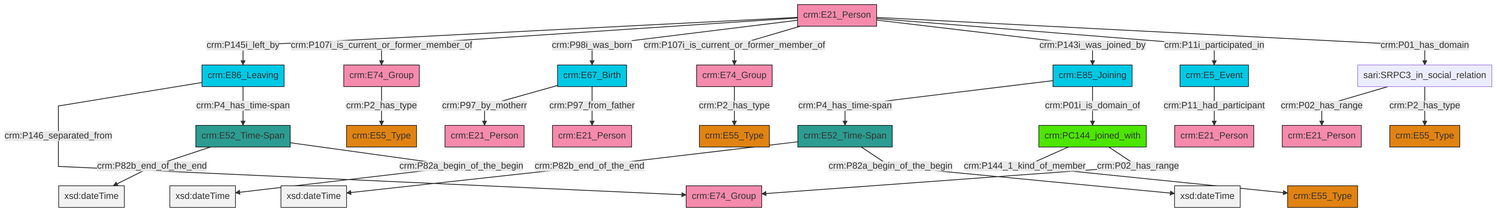
Earlier version of the Mermaid export et/personCSV/ttl/mmd/png/Person_Actor_Relations.png (swiss-art-research-net/docs.swissartresearch). Its source is kept beside it as et/personCSV/ttl/mmd/Person_Actor_Relations.ttl.mmd.
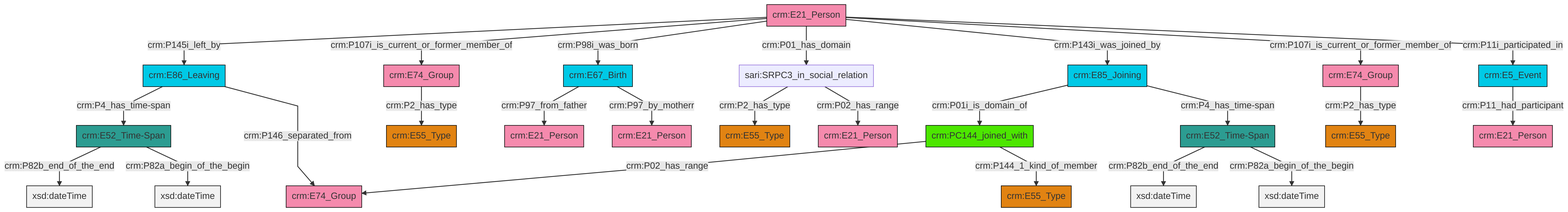
The same file after the commit.

Diff of the diagram source:
```diff
@@ -13,27 +13,27 @@
 classDef PC_Classes fill:#4ce600, stroke:#000000;
 classDef Multi fill:#cccccc,stroke:#000000;
 
-0["crm:E74_Group"]:::Actor -->|crm:P2_has_type| 1["crm:E55_Type"]:::Type
-2["sari:SRPC3_in_social_relation"]:::Default -->|crm:P02_has_range| 3["crm:E21_Person"]:::Actor
-8["crm:E67_Birth"]:::Temporal_Entity -->|crm:P97_by_motherr| 9["crm:E21_Person"]:::Actor
-10["crm:E52_Time-Span"]:::Time-Span -->|crm:P82b_end_of_the_end| 11[xsd:dateTime]:::Literal
-14["crm:E52_Time-Span"]:::Time-Span -->|crm:P82b_end_of_the_end| 16[xsd:dateTime]:::Literal
-17["crm:E85_Joining"]:::Temporal_Entity -->|crm:P4_has_time-span| 10["crm:E52_Time-Span"]:::Time-Span
-25["crm:E21_Person"]:::Actor -->|crm:P145i_left_by| 12["crm:E86_Leaving"]:::Temporal_Entity
-30["crm:E5_Event"]:::Temporal_Entity -->|crm:P11_had_participant| 20["crm:E21_Person"]:::Actor
-25["crm:E21_Person"]:::Actor -->|crm:P107i_is_current_or_former_member_of| 4["crm:E74_Group"]:::Actor
-26["crm:PC144_joined_with"]:::PC_Classes -->|crm:P144_1_kind_of_member| 22["crm:E55_Type"]:::Type
-25["crm:E21_Person"]:::Actor -->|crm:P98i_was_born| 8["crm:E67_Birth"]:::Temporal_Entity
-8["crm:E67_Birth"]:::Temporal_Entity -->|crm:P97_from_father| 28["crm:E21_Person"]:::Actor
-25["crm:E21_Person"]:::Actor -->|crm:P107i_is_current_or_former_member_of| 0["crm:E74_Group"]:::Actor
-25["crm:E21_Person"]:::Actor -->|crm:P143i_was_joined_by| 17["crm:E85_Joining"]:::Temporal_Entity
-25["crm:E21_Person"]:::Actor -->|crm:P11i_participated_in| 30["crm:E5_Event"]:::Temporal_Entity
-17["crm:E85_Joining"]:::Temporal_Entity -->|crm:P01i_is_domain_of| 26["crm:PC144_joined_with"]:::PC_Classes
-4["crm:E74_Group"]:::Actor -->|crm:P2_has_type| 37["crm:E55_Type"]:::Type
-10["crm:E52_Time-Span"]:::Time-Span -->|crm:P82a_begin_of_the_begin| 43[xsd:dateTime]:::Literal
-25["crm:E21_Person"]:::Actor -->|crm:P01_has_domain| 2["sari:SRPC3_in_social_relation"]:::Default
-14["crm:E52_Time-Span"]:::Time-Span -->|crm:P82a_begin_of_the_begin| 46[xsd:dateTime]:::Literal
-26["crm:PC144_joined_with"]:::PC_Classes -->|crm:P02_has_range| 32["crm:E74_Group"]:::Actor
-12["crm:E86_Leaving"]:::Temporal_Entity -->|crm:P146_separated_from| 32["crm:E74_Group"]:::Actor
-12["crm:E86_Leaving"]:::Temporal_Entity -->|crm:P4_has_time-span| 14["crm:E52_Time-Span"]:::Time-Span
-2["sari:SRPC3_in_social_relation"]:::Default -->|crm:P2_has_type| 6["crm:E55_Type"]:::Type
+0["crm:E86_Leaving"]:::Temporal_Entity -->|crm:P4_has_time-span| 1["crm:E52_Time-Span"]:::Time-Span
+6["crm:PC144_joined_with"]:::PC_Classes -->|crm:P02_has_range| 7["crm:E74_Group"]:::Actor
+8["crm:E67_Birth"]:::Temporal_Entity -->|crm:P97_from_father| 9["crm:E21_Person"]:::Actor
+0["crm:E86_Leaving"]:::Temporal_Entity -->|crm:P146_separated_from| 7["crm:E74_Group"]:::Actor
+12["crm:E21_Person"]:::Actor -->|crm:P145i_left_by| 0["crm:E86_Leaving"]:::Temporal_Entity
+10["crm:E5_Event"]:::Temporal_Entity -->|crm:P11_had_participant| 15["crm:E21_Person"]:::Actor
+12["crm:E21_Person"]:::Actor -->|crm:P107i_is_current_or_former_member_of| 16["crm:E74_Group"]:::Actor
+1["crm:E52_Time-Span"]:::Time-Span -->|crm:P82b_end_of_the_end| 17[xsd:dateTime]:::Literal
+12["crm:E21_Person"]:::Actor -->|crm:P98i_was_born| 8["crm:E67_Birth"]:::Temporal_Entity
+12["crm:E21_Person"]:::Actor -->|crm:P01_has_domain| 27["sari:SRPC3_in_social_relation"]:::Default
+22["crm:E52_Time-Span"]:::Time-Span -->|crm:P82b_end_of_the_end| 31[xsd:dateTime]:::Literal
+27["sari:SRPC3_in_social_relation"]:::Default -->|crm:P2_has_type| 2["crm:E55_Type"]:::Type
+33["crm:E85_Joining"]:::Temporal_Entity -->|crm:P01i_is_domain_of| 6["crm:PC144_joined_with"]:::PC_Classes
+12["crm:E21_Person"]:::Actor -->|crm:P143i_was_joined_by| 33["crm:E85_Joining"]:::Temporal_Entity
+6["crm:PC144_joined_with"]:::PC_Classes -->|crm:P144_1_kind_of_member| 28["crm:E55_Type"]:::Type
+33["crm:E85_Joining"]:::Temporal_Entity -->|crm:P4_has_time-span| 22["crm:E52_Time-Span"]:::Time-Span
+16["crm:E74_Group"]:::Actor -->|crm:P2_has_type| 20["crm:E55_Type"]:::Type
+1["crm:E52_Time-Span"]:::Time-Span -->|crm:P82a_begin_of_the_begin| 38[xsd:dateTime]:::Literal
+12["crm:E21_Person"]:::Actor -->|crm:P107i_is_current_or_former_member_of| 41["crm:E74_Group"]:::Actor
+41["crm:E74_Group"]:::Actor -->|crm:P2_has_type| 24["crm:E55_Type"]:::Type
+8["crm:E67_Birth"]:::Temporal_Entity -->|crm:P97_by_motherr| 18["crm:E21_Person"]:::Actor
+27["sari:SRPC3_in_social_relation"]:::Default -->|crm:P02_has_range| 4["crm:E21_Person"]:::Actor
+12["crm:E21_Person"]:::Actor -->|crm:P11i_participated_in| 10["crm:E5_Event"]:::Temporal_Entity
+22["crm:E52_Time-Span"]:::Time-Span -->|crm:P82a_begin_of_the_begin| 45[xsd:dateTime]:::Literal
```
